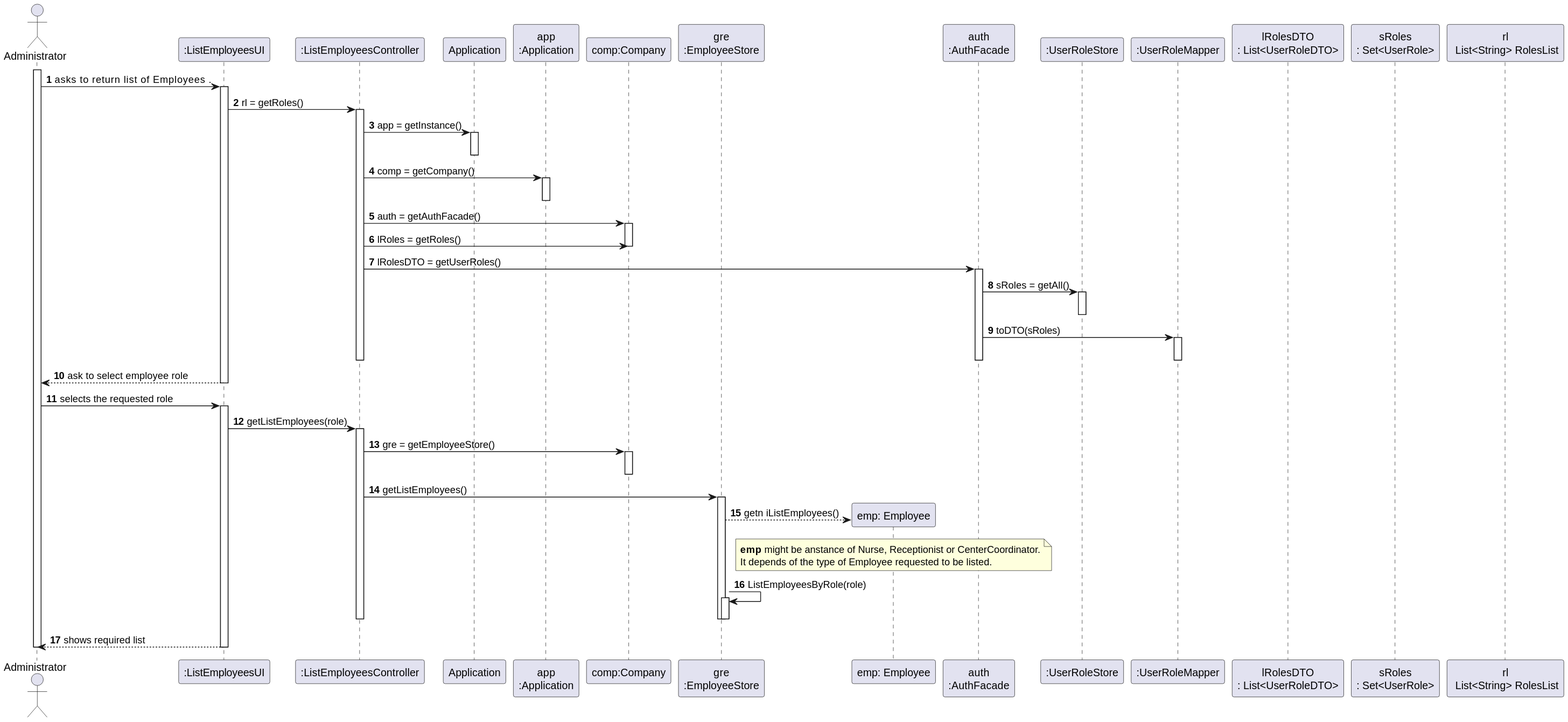
This is docs/SprintB/UserStories/US11/US11_SD.svg from diogonapoles/isep-lapr2, a PlantUML export, as it was before one commit.
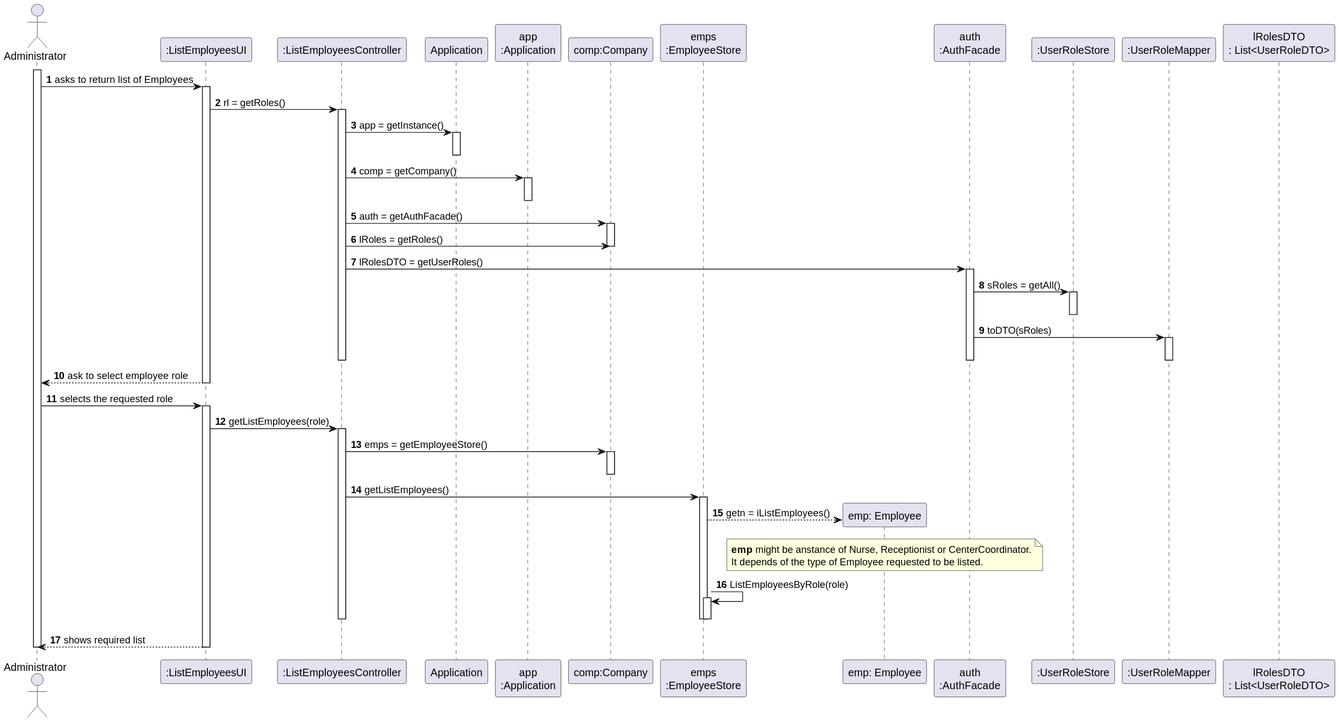
Above is the later version.

What changed in the source:
```diff
@@ -10,19 +10,18 @@
 participant "Application" as APP
 participant "app\n:Application" as App
 participant "comp:Company" as COMP
-participant "gre\n:EmployeeStore" as ES
+participant "emps\n:EmployeeStore" as ES
 participant "emp: Employee" as EMP
 participant "auth\n:AuthFacade" as AF
 participant ":UserRoleStore" as URS
 participant ":UserRoleMapper" as URM
 participant "lRolesDTO\n: List<UserRoleDTO>" as lRDTO
-participant "sRoles\n: Set<UserRole>" as SR
-participant "rl\n List<String> RolesList" as rl
+
 
 
 activate ADM
 
-ADM -> UI : asks to return list of Employees     .
+ADM -> UI : asks to return list of Employees
 activate UI
 
 UI -> CTRL : rl = getRoles()
@@ -72,7 +71,7 @@
 UI -> CTRL : getListEmployees(role)
 activate CTRL
 
-CTRL -> COMP : gre = getEmployeeStore()
+CTRL -> COMP : emps = getEmployeeStore()
 activate COMP
 deactivate COMP
 
@@ -80,7 +79,7 @@
 activate ES
 
 
-ES --> EMP** : getn iListEmployees()
+ES --> EMP** : getn = iListEmployees()
                                      note over EMP : **emp** might be anstance of Nurse, Receptionist or CenterCoordinator.\nIt depends of the type of Employee requested to be listed.
 
 
```
